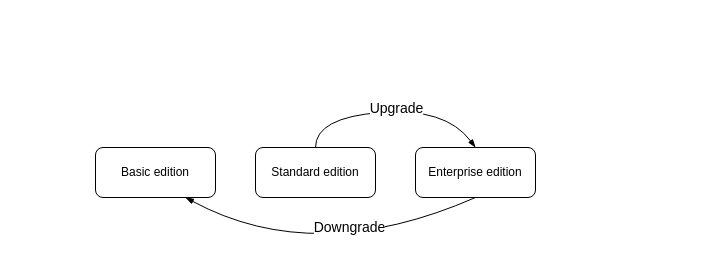
Before: dataworks editions.drawio in huangdgm/webstore-v2.0, a draw.io diagram. Source tidied: cells renumbered, new cells numbered last; positions are measured from the earlier drawing's top-left corner, leaving out a move shared by most shapes. Both pictures are drawn from the tidied source at 100%, with x=0, y=0 at pixel (95, 107).
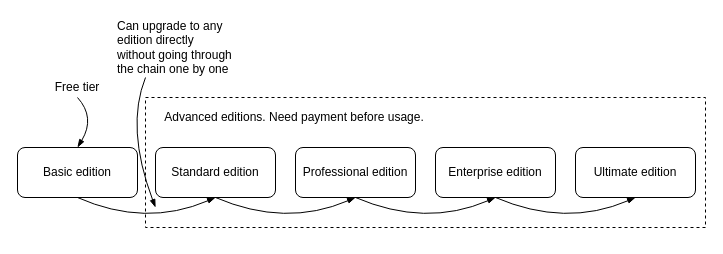
After the change.

The edit, as a diff of the source:
```diff
@@
+    <mxCell id="9" style="rounded=0;whiteSpace=wrap;html=1;dashed=1;" parent="1" vertex="1">
+      <mxGeometry x="50" y="-10" width="560" height="130" as="geometry" />
+    </mxCell>
     <mxCell id="2" value="Basic edition" style="rounded=1;whiteSpace=wrap;html=1;" parent="1" vertex="1">
-      <mxGeometry y="40" width="120" height="50" as="geometry" />
+      <mxGeometry x="-78" y="40" width="120" height="50" as="geometry" />
     </mxCell>
     <mxCell id="3" value="Standard edition" style="rounded=1;whiteSpace=wrap;html=1;" parent="1" vertex="1">
-      <mxGeometry x="160" y="40" width="120" height="50" as="geometry" />
+      <mxGeometry x="60" y="40" width="120" height="50" as="geometry" />
     </mxCell>
     <mxCell id="4" value="Enterprise edition" style="rounded=1;whiteSpace=wrap;html=1;" parent="1" vertex="1">
-      <mxGeometry x="320" y="40" width="120" height="50" as="geometry" />
+      <mxGeometry x="340" y="40" width="120" height="50" as="geometry" />
     </mxCell>
-    <mxCell id="5" style="curved=1;endArrow=blockThin;html=1;exitX=0.5;exitY=0;exitDx=0;exitDy=0;entryX=0.5;entryY=0;entryDx=0;entryDy=0;endFill=1;" parent="1" edge="1" source="3" target="4">
-      <mxGeometry relative="1" as="geometry">
-        <Array as="points">
-          <mxPoint x="220" y="10" />
-          <mxPoint x="350" />
-        </Array>
-      </mxGeometry>
-    </mxCell>
-    <mxCell id="6" value="&lt;font style=&quot;font-size: 14px&quot;&gt;Upgrade&lt;/font&gt;" style="edgeLabel;html=1;align=center;verticalAlign=middle;" parent="5" vertex="1">
-      <mxGeometry x="-0.22" y="-2" relative="1" as="geometry">
-        <mxPoint x="28" y="-8" as="offset" />
-      </mxGeometry>
-    </mxCell>
-    <mxCell id="7" style="curved=1;endArrow=blockThin;html=1;exitX=0.5;exitY=1;exitDx=0;exitDy=0;entryX=0.75;entryY=1;entryDx=0;entryDy=0;endFill=1;" parent="1" edge="1" source="4" target="2">
-      <mxGeometry relative="1" as="geometry">
-        <Array as="points">
-          <mxPoint x="220" y="160" />
-        </Array>
-      </mxGeometry>
-    </mxCell>
-    <mxCell id="8" value="&lt;font style=&quot;font-size: 14px&quot;&gt;Downgrade&lt;/font&gt;" style="edgeLabel;html=1;align=center;verticalAlign=middle;" parent="7" vertex="1">
-      <mxGeometry x="-0.11" y="-23" relative="1" as="geometry">
-        <mxPoint x="14.2" y="-6.7" as="offset" />
-      </mxGeometry>
-    </mxCell>
+    <mxCell id="10" value="Professional edition" style="rounded=1;whiteSpace=wrap;html=1;" parent="1" vertex="1">
+      <mxGeometry x="200" y="40" width="120" height="50" as="geometry" />
+    </mxCell>
+    <mxCell id="11" value="Ultimate edition" style="rounded=1;whiteSpace=wrap;html=1;" parent="1" vertex="1">
+      <mxGeometry x="480" y="40" width="120" height="50" as="geometry" />
+    </mxCell>
+    <mxCell id="12" value="Advanced editions. Need payment before usage." style="text;html=1;strokeColor=none;fillColor=none;align=center;verticalAlign=middle;whiteSpace=wrap;rounded=0;" parent="1" vertex="1">
+      <mxGeometry x="60" width="278" height="20" as="geometry" />
+    </mxCell>
+    <mxCell id="13" value="Free tier" style="text;html=1;strokeColor=none;fillColor=none;align=center;verticalAlign=middle;whiteSpace=wrap;rounded=0;dashed=1;" parent="1" vertex="1">
+      <mxGeometry x="-48" y="-30" width="60" height="20" as="geometry" />
+    </mxCell>
+    <mxCell id="14" style="curved=1;endArrow=blockThin;html=1;exitX=0.5;exitY=1;exitDx=0;exitDy=0;entryX=0.5;entryY=0;entryDx=0;entryDy=0;endFill=1;" parent="1" edge="1" source="13" target="2">
+      <mxGeometry relative="1" as="geometry">
+        <Array as="points">
+          <mxPoint y="10" />
+        </Array>
+      </mxGeometry>
+    </mxCell>
+    <mxCell id="15" style="curved=1;endArrow=blockThin;html=1;exitX=0.5;exitY=1;exitDx=0;exitDy=0;entryX=0.5;entryY=1;entryDx=0;entryDy=0;endFill=1;" parent="1" edge="1" source="2" target="3">
+      <mxGeometry relative="1" as="geometry">
+        <Array as="points">
+          <mxPoint x="50" y="120" />
+        </Array>
+      </mxGeometry>
+    </mxCell>
+    <mxCell id="16" style="curved=1;endArrow=blockThin;html=1;entryX=0.5;entryY=1;entryDx=0;entryDy=0;endFill=1;" parent="1" edge="1" target="10">
+      <mxGeometry relative="1" as="geometry">
+        <mxPoint x="120" y="90" as="sourcePoint" />
+        <Array as="points">
+          <mxPoint x="190" y="120" />
+        </Array>
+      </mxGeometry>
+    </mxCell>
+    <mxCell id="17" style="curved=1;endArrow=blockThin;html=1;entryX=0.5;entryY=1;entryDx=0;entryDy=0;endFill=1;" parent="1" edge="1">
+      <mxGeometry relative="1" as="geometry">
+        <mxPoint x="260" y="90" as="sourcePoint" />
+        <mxPoint x="400" y="90" as="targetPoint" />
+        <Array as="points">
+          <mxPoint x="330" y="120" />
+        </Array>
+      </mxGeometry>
+    </mxCell>
+    <mxCell id="18" style="curved=1;endArrow=blockThin;html=1;entryX=0.5;entryY=1;entryDx=0;entryDy=0;endFill=1;" parent="1" edge="1">
+      <mxGeometry relative="1" as="geometry">
+        <mxPoint x="400" y="90" as="sourcePoint" />
+        <mxPoint x="540" y="90" as="targetPoint" />
+        <Array as="points">
+          <mxPoint x="470" y="120" />
+        </Array>
+      </mxGeometry>
+    </mxCell>
+    <mxCell id="19" value="Can upgrade to any edition directly without going through the chain one by one" style="text;html=1;strokeColor=none;fillColor=none;align=left;verticalAlign=middle;whiteSpace=wrap;rounded=0;dashed=1;" parent="1" vertex="1">
+      <mxGeometry x="20" y="-90" width="120" height="60" as="geometry" />
+    </mxCell>
+    <mxCell id="20" style="curved=1;endArrow=blockThin;html=1;exitX=0.25;exitY=1;exitDx=0;exitDy=0;endFill=1;" parent="1" edge="1" source="19">
+      <mxGeometry relative="1" as="geometry">
+        <mxPoint x="60" y="100" as="targetPoint" />
+        <Array as="points">
+          <mxPoint x="30" y="20" />
+        </Array>
+      </mxGeometry>
+    </mxCell>
```
